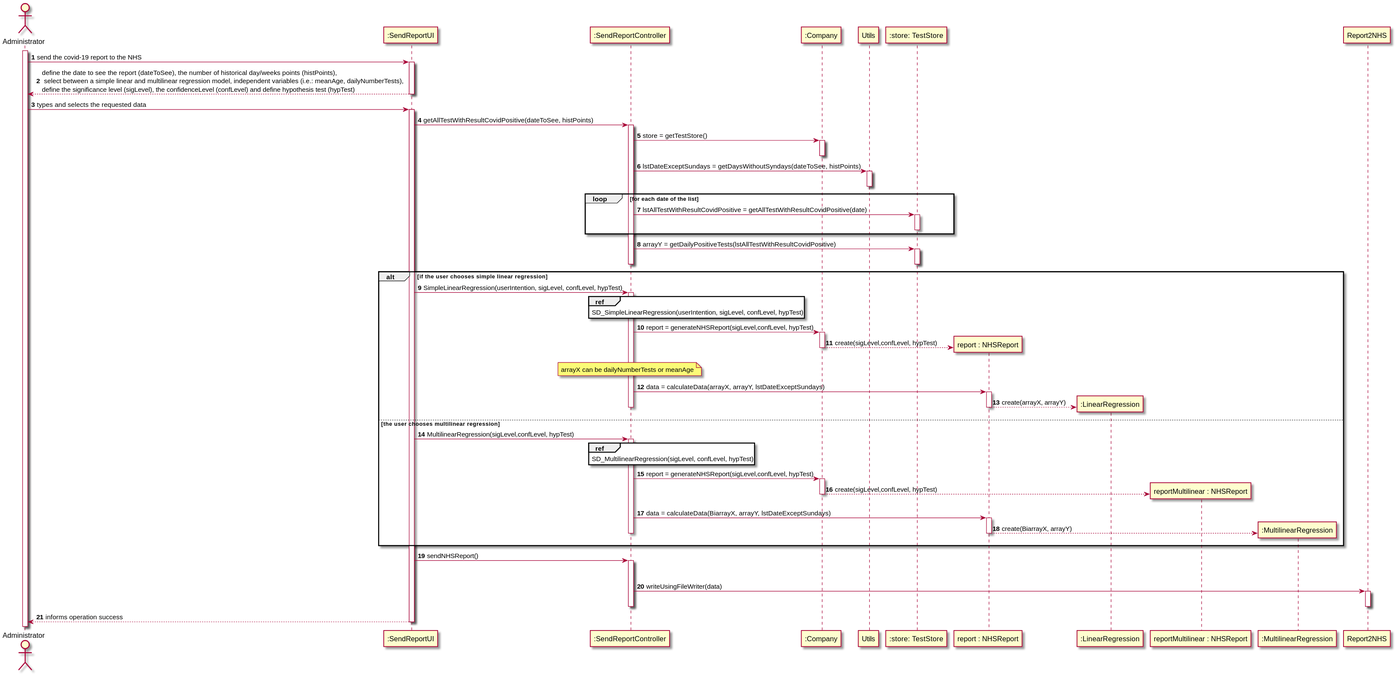
Earlier version of the PlantUML export docs/SprintD/US18/US18-SD.svg (0franciscor/lei-21-s2-1de-g19).
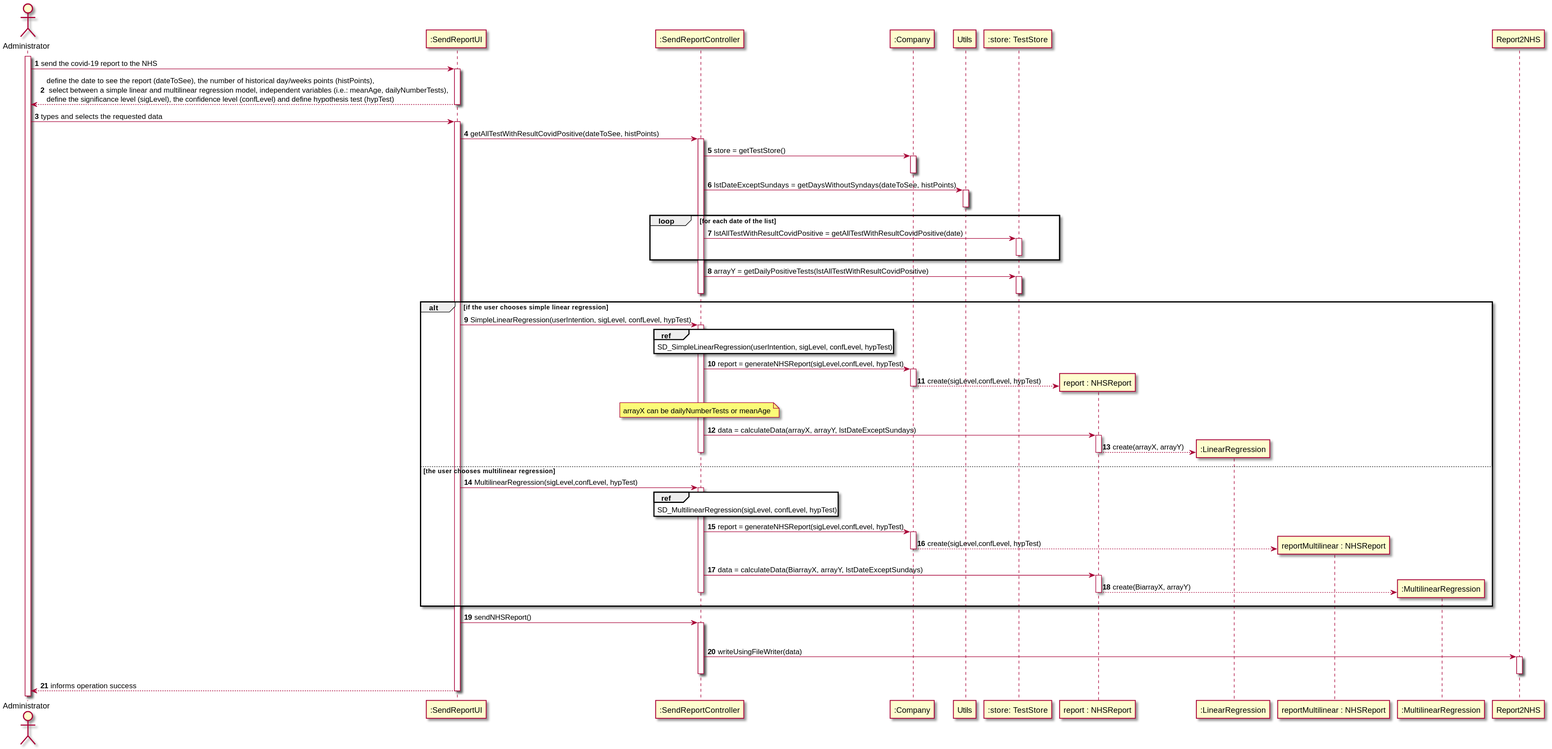
Later version of the same file.

What changed in the source:
```diff
@@ -8,7 +8,7 @@
 
 A -> ":SendReportUI" : send the covid-19 report to the NHS
 activate ":SendReportUI"
-":SendReportUI" --> A: define the date to see the report (dateToSee), the number of historical day/weeks points (histPoints),\n select between a simple linear and multilinear regression model, independent variables (i.e.: meanAge, dailyNumberTests), \ndefine the significance level (sigLevel), the confidenceLevel (confLevel) and define hypothesis test (hypTest)
+":SendReportUI" --> A: define the date to see the report (dateToSee), the number of historical day/weeks points (histPoints),\n select between a simple linear and multilinear regression model, independent variables (i.e.: meanAge, dailyNumberTests), \ndefine the significance level (sigLevel), the confidence level (confLevel) and define hypothesis test (hypTest)
 deactivate ":SendReportUI"
 
 A -> ":SendReportUI" : types and selects the requested data
```
